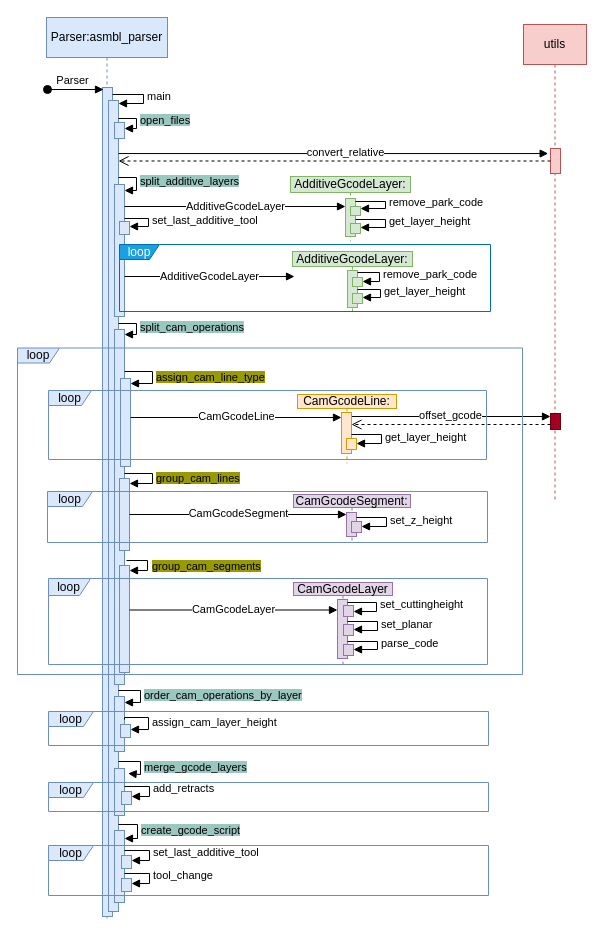
cjlux/ASMBL keeps this draw.io diagram as docs/UML/SquenceDiagram-1.drawio. Above is the earlier version. Source tidied: cells renumbered, new cells numbered last; positions are measured from the earlier drawing's top-left corner, leaving out a move shared by most shapes. Both pictures are drawn from the tidied source at 100%, with x=0, y=0 at pixel (17, 17).
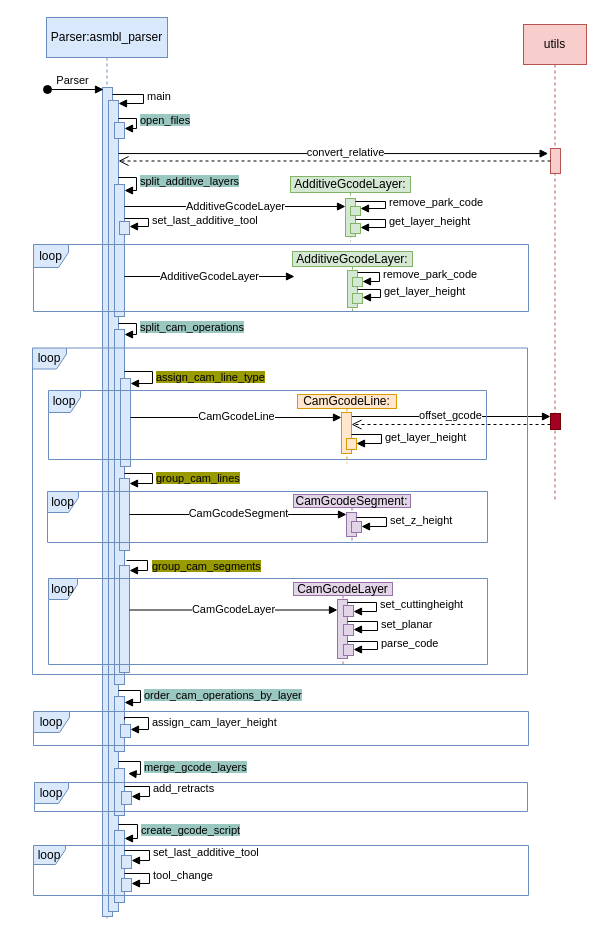
The same diagram, later.

Commit message:
Mettre à jour SquenceDiagram-1.drawio

Diff of the diagram source:
```diff
@@
-    <mxCell id="47" value="loop" style="shape=umlFrame;whiteSpace=wrap;html=1;width=43;height=15;fillColor=#dae8fc;strokeColor=#6c8ebf;" parent="1" vertex="1">
+    <mxCell id="47" value="loop" style="shape=umlFrame;whiteSpace=wrap;html=1;width=32;height=22;fillColor=#dae8fc;strokeColor=#6c8ebf;" parent="1" vertex="1">
       <mxGeometry x="31" y="373" width="438" height="69" as="geometry" />
     </mxCell>
@@
-    <mxCell id="59" value="loop" style="shape=umlFrame;whiteSpace=wrap;html=1;width=40;height=15;fillColor=#1ba1e2;strokeColor=#006EAF;fontColor=#ffffff;" parent="1" vertex="1">
-      <mxGeometry x="102" y="227" width="371" height="67" as="geometry" />
+    <mxCell id="59" value="loop" style="shape=umlFrame;whiteSpace=wrap;html=1;width=35;height=23;fillColor=#dae8fc;strokeColor=#6c8ebf;" parent="1" vertex="1">
+      <mxGeometry x="16" y="227" width="495" height="67" as="geometry" />
     </mxCell>
-    <mxCell id="60" value="loop" style="shape=umlFrame;whiteSpace=wrap;html=1;width=42;height=15;fillColor=#dae8fc;strokeColor=#6c8ebf;" parent="1" vertex="1">
-      <mxGeometry y="330.5" width="505" height="326.5" as="geometry" />
+    <mxCell id="60" value="loop" style="shape=umlFrame;whiteSpace=wrap;html=1;width=34;height=21;fillColor=#dae8fc;strokeColor=#6c8ebf;" parent="1" vertex="1">
+      <mxGeometry x="15" y="330.5" width="495" height="326.5" as="geometry" />
     </mxCell>
-    <mxCell id="61" value="loop" style="shape=umlFrame;whiteSpace=wrap;html=1;width=45;height=15;fillColor=#dae8fc;strokeColor=#6c8ebf;" parent="1" vertex="1">
+    <mxCell id="61" value="loop" style="shape=umlFrame;whiteSpace=wrap;html=1;width=31;height=21;fillColor=#dae8fc;strokeColor=#6c8ebf;" parent="1" vertex="1">
       <mxGeometry x="30" y="474" width="440" height="51" as="geometry" />
     </mxCell>
@@
-    <mxCell id="65" value="loop" style="shape=umlFrame;whiteSpace=wrap;html=1;width=41;height=17;fillColor=#dae8fc;strokeColor=#6c8ebf;fillStyle=solid;" parent="1" vertex="1">
+    <mxCell id="65" value="loop" style="shape=umlFrame;whiteSpace=wrap;html=1;width=29;height=21;fillColor=#dae8fc;strokeColor=#6c8ebf;fillStyle=solid;" parent="1" vertex="1">
       <mxGeometry x="31" y="561" width="439" height="86" as="geometry" />
     </mxCell>
@@
-    <mxCell id="77" value="loop" style="shape=umlFrame;whiteSpace=wrap;html=1;width=45;height=15;fillColor=#dae8fc;strokeColor=#6c8ebf;" parent="1" vertex="1">
-      <mxGeometry x="31" y="694" width="440" height="34" as="geometry" />
+    <mxCell id="77" value="loop" style="shape=umlFrame;whiteSpace=wrap;html=1;width=36;height=21;fillColor=#dae8fc;strokeColor=#6c8ebf;" parent="1" vertex="1">
+      <mxGeometry x="16" y="694" width="495" height="34" as="geometry" />
     </mxCell>
-    <mxCell id="78" value="loop" style="shape=umlFrame;whiteSpace=wrap;html=1;width=45;height=15;fillColor=#dae8fc;strokeColor=#6c8ebf;" parent="1" vertex="1">
-      <mxGeometry x="31" y="765" width="440" height="29" as="geometry" />
+    <mxCell id="78" value="loop" style="shape=umlFrame;whiteSpace=wrap;html=1;width=34;height=21;fillColor=#dae8fc;strokeColor=#6c8ebf;" parent="1" vertex="1">
+      <mxGeometry x="17" y="765" width="493" height="29" as="geometry" />
     </mxCell>
-    <mxCell id="79" value="loop" style="shape=umlFrame;whiteSpace=wrap;html=1;width=45;height=15;fillColor=#dae8fc;strokeColor=#6c8ebf;" parent="1" vertex="1">
-      <mxGeometry x="31" y="828" width="440" height="50" as="geometry" />
+    <mxCell id="79" value="loop" style="shape=umlFrame;whiteSpace=wrap;html=1;width=32;height=19;fillColor=#dae8fc;strokeColor=#6c8ebf;" parent="1" vertex="1">
+      <mxGeometry x="16" y="828" width="495" height="50" as="geometry" />
     </mxCell>
```
